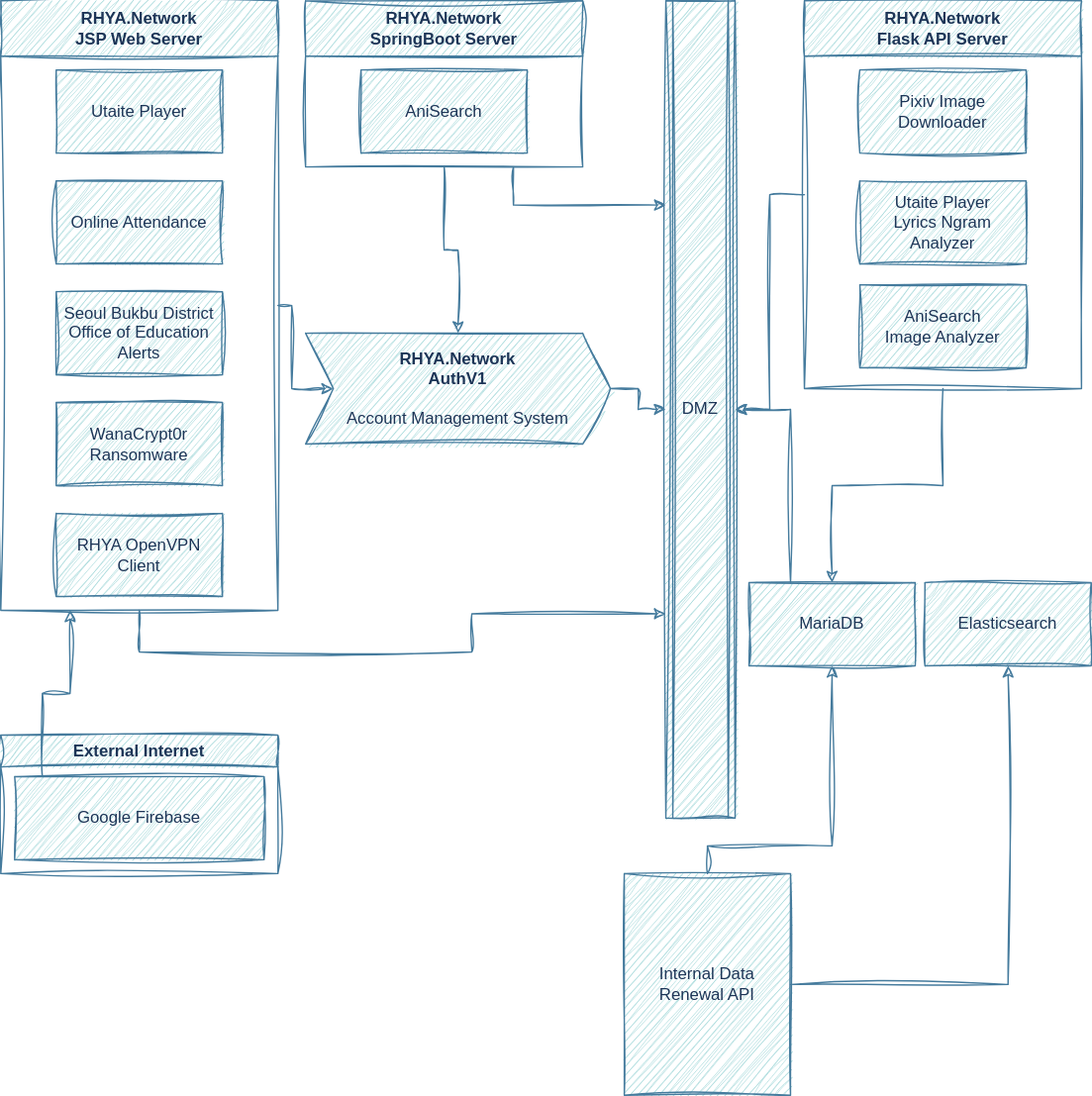
fkdldkRhya/RHYANetwork-Project keeps this draw.io diagram as RHYANetwork.svg. Above is the earlier version. Source tidied: cells renumbered, new cells last; positions are measured from the earlier drawing's top-left corner, leaving out a move shared by most shapes.
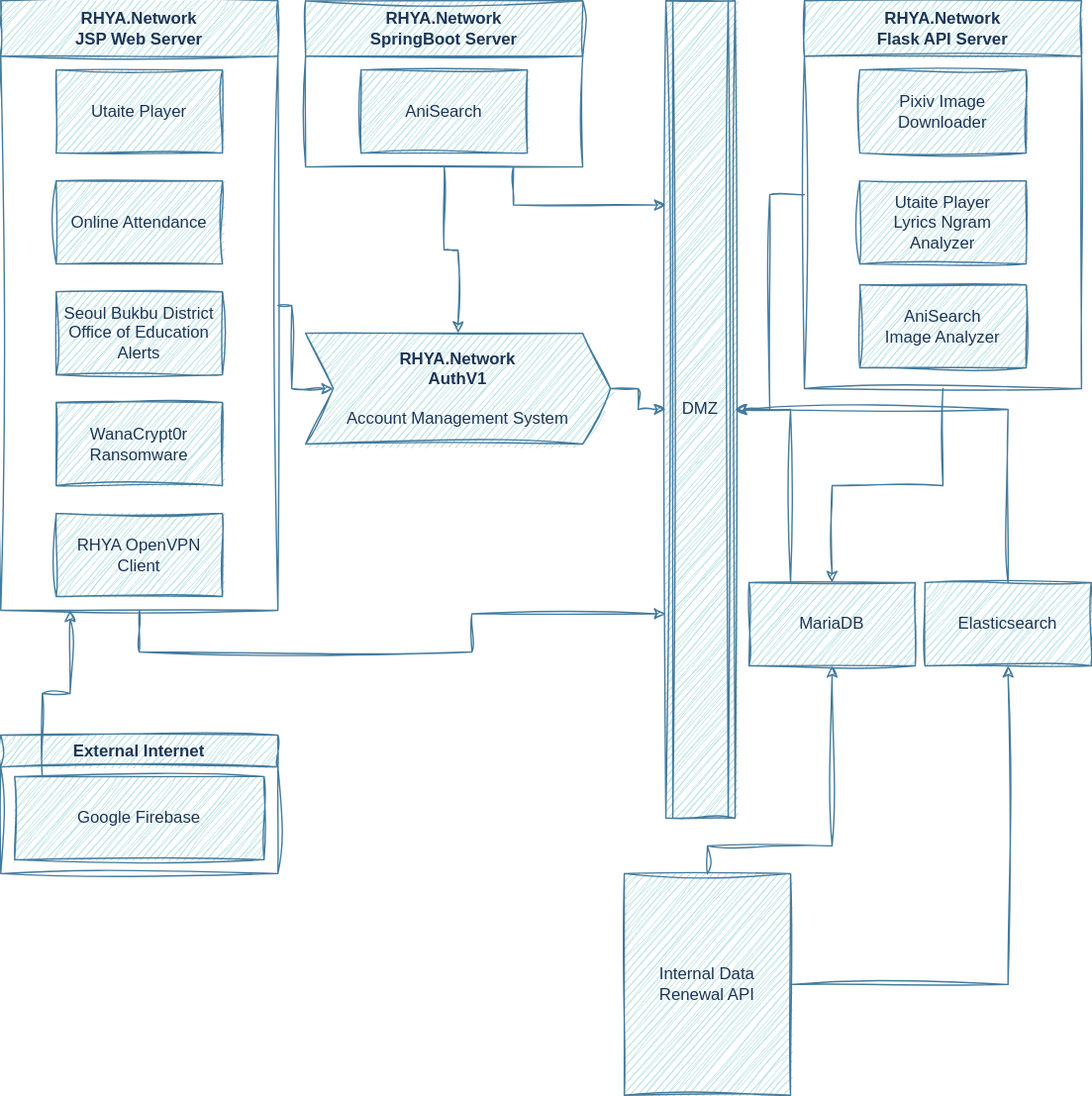
The same diagram one commit later.

Diff of the diagram source:
```diff
@@ -100,6 +100,13 @@
     <mxCell id="27" value="&lt;b&gt;RHYA.Network&lt;br&gt;AuthV1&lt;/b&gt;&lt;br&gt;&lt;br&gt;Account Management System" style="shape=step;perimeter=stepPerimeter;whiteSpace=wrap;html=1;fixedSize=1;sketch=1;curveFitting=1;jiggle=2;labelBackgroundColor=none;fillColor=#A8DADC;strokeColor=#457B9D;fontColor=#1D3557;" parent="1" vertex="1">
       <mxGeometry x="220" y="240" width="220" height="80" as="geometry" />
     </mxCell>
+    <mxCell id="32" style="edgeStyle=orthogonalEdgeStyle;rounded=0;sketch=1;hachureGap=4;jiggle=2;curveFitting=1;jettySize=auto;html=1;entryX=1;entryY=0.5;entryDx=0;entryDy=0;fontFamily=Architects Daughter;fontSource=https%3A%2F%2Ffonts.googleapis.com%2Fcss%3Ffamily%3DArchitects%2BDaughter;fontSize=16;fillColor=#A8DADC;strokeColor=#457B9D;labelBackgroundColor=none;fontColor=default;" parent="1" edge="1" source="28" target="23">
+      <mxGeometry relative="1" as="geometry">
+        <Array as="points">
+          <mxPoint x="727" y="295" />
+        </Array>
+      </mxGeometry>
+    </mxCell>
     <mxCell id="28" value="Elasticsearch" style="rounded=0;whiteSpace=wrap;html=1;sketch=1;curveFitting=1;jiggle=2;labelBackgroundColor=none;fillColor=#A8DADC;strokeColor=#457B9D;fontColor=#1D3557;" parent="1" vertex="1">
       <mxGeometry x="667" y="420" width="120" height="60" as="geometry" />
     </mxCell>
```
